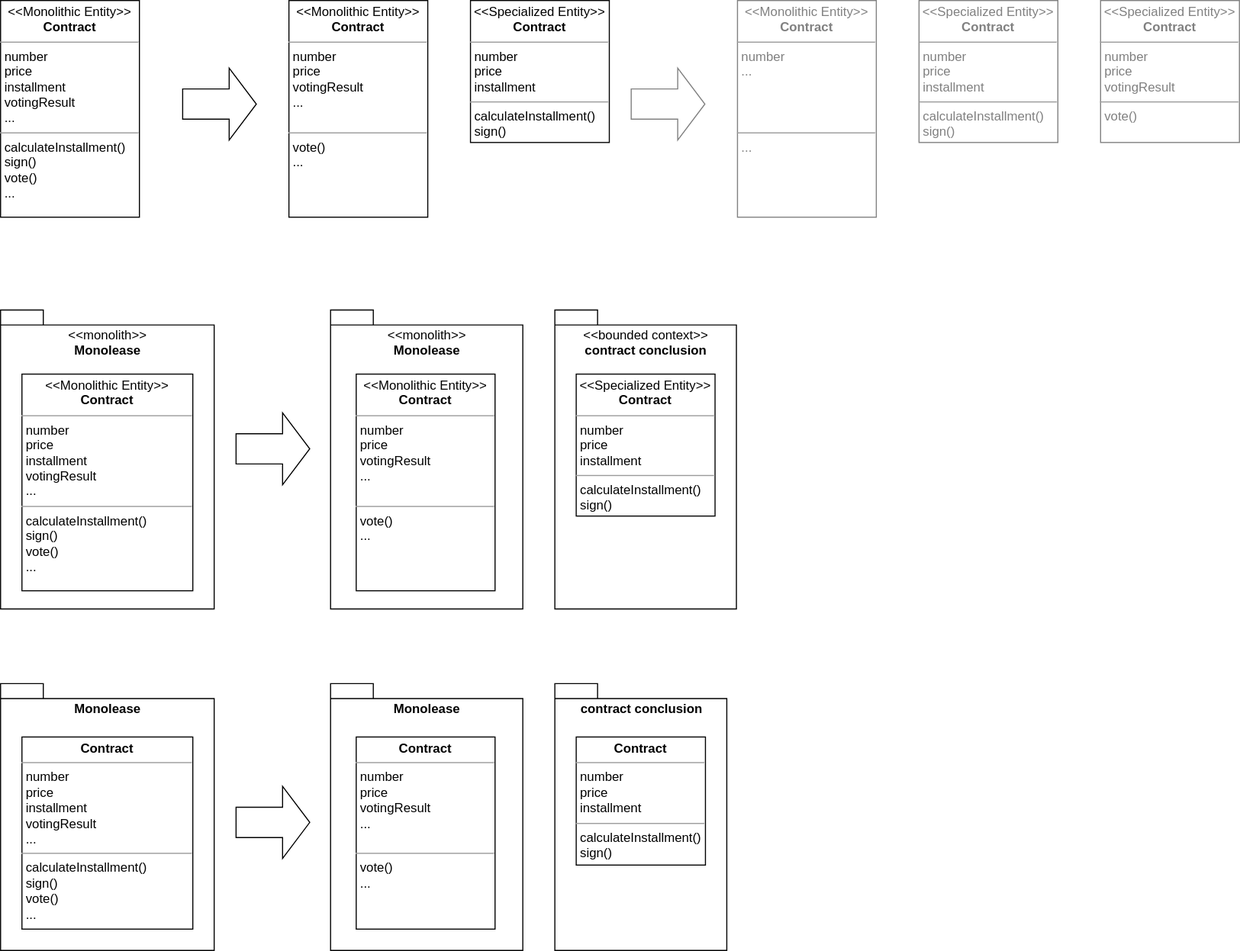
Above: images/domain-driven-refactorings/tactical-for-strategic/extract-specialized-entity-2.drawio.svg in hschwentner/hschwentner.io (draw.io), before the change. Source tidied: cells renumbered, new cells last; positions are measured from the earlier drawing's top-left corner, leaving out a move shared by most shapes.
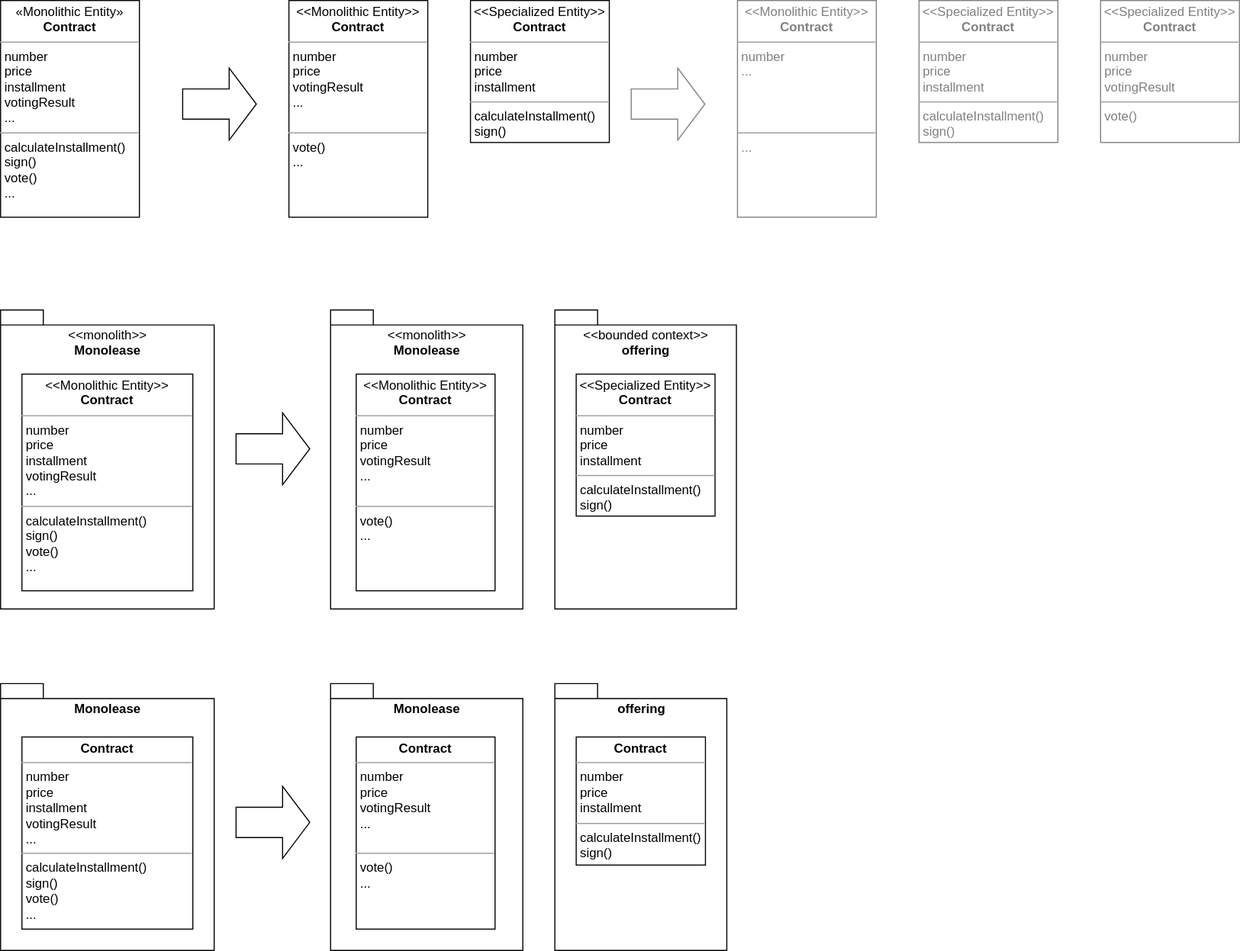
After the commit.

Commit message:
Change bounded context name from "contract conclusion" to "offering"

What changed in the source:
```diff
@@ -2,7 +2,7 @@
   <root>
     <mxCell id="0" />
     <mxCell id="1" parent="0" />
-    <mxCell id="2" value="&lt;p style=&quot;margin: 0px ; margin-top: 4px ; text-align: center&quot;&gt;&amp;lt;&amp;lt;Monolithic Entity&amp;gt;&amp;gt;&lt;br&gt;&lt;b&gt;Contract&lt;/b&gt;&lt;/p&gt;&lt;hr size=&quot;1&quot;&gt;&lt;p style=&quot;margin: 0px ; margin-left: 4px&quot;&gt;number&lt;/p&gt;&lt;p style=&quot;margin: 0px ; margin-left: 4px&quot;&gt;price&lt;/p&gt;&lt;p style=&quot;margin: 0px 0px 0px 4px&quot;&gt;installment&lt;/p&gt;&lt;p style=&quot;margin: 0px ; margin-left: 4px&quot;&gt;votingResult&lt;/p&gt;&lt;p style=&quot;margin: 0px ; margin-left: 4px&quot;&gt;&lt;span&gt;...&lt;/span&gt;&lt;br&gt;&lt;/p&gt;&lt;hr size=&quot;1&quot;&gt;&lt;p style=&quot;margin: 0px ; margin-left: 4px&quot;&gt;&lt;span&gt;calculateInstallment()&lt;/span&gt;&lt;br&gt;&lt;/p&gt;&lt;p style=&quot;margin: 0px ; margin-left: 4px&quot;&gt;sign()&lt;/p&gt;&lt;p style=&quot;margin: 0px ; margin-left: 4px&quot;&gt;vote()&lt;/p&gt;&lt;p style=&quot;margin: 0px ; margin-left: 4px&quot;&gt;...&lt;/p&gt;" style="verticalAlign=top;align=left;overflow=fill;fontSize=12;fontFamily=Helvetica;html=1;" parent="1" vertex="1">
+    <mxCell id="2" value="&lt;p style=&quot;margin: 0px ; margin-top: 4px ; text-align: center&quot;&gt;«Monolithic Entity»&lt;br&gt;&lt;b&gt;Contract&lt;/b&gt;&lt;/p&gt;&lt;hr size=&quot;1&quot;&gt;&lt;p style=&quot;margin: 0px ; margin-left: 4px&quot;&gt;number&lt;/p&gt;&lt;p style=&quot;margin: 0px ; margin-left: 4px&quot;&gt;price&lt;/p&gt;&lt;p style=&quot;margin: 0px 0px 0px 4px&quot;&gt;installment&lt;/p&gt;&lt;p style=&quot;margin: 0px ; margin-left: 4px&quot;&gt;votingResult&lt;/p&gt;&lt;p style=&quot;margin: 0px ; margin-left: 4px&quot;&gt;&lt;span&gt;...&lt;/span&gt;&lt;br&gt;&lt;/p&gt;&lt;hr size=&quot;1&quot;&gt;&lt;p style=&quot;margin: 0px ; margin-left: 4px&quot;&gt;&lt;span&gt;calculateInstallment()&lt;/span&gt;&lt;br&gt;&lt;/p&gt;&lt;p style=&quot;margin: 0px ; margin-left: 4px&quot;&gt;sign()&lt;/p&gt;&lt;p style=&quot;margin: 0px ; margin-left: 4px&quot;&gt;vote()&lt;/p&gt;&lt;p style=&quot;margin: 0px ; margin-left: 4px&quot;&gt;...&lt;/p&gt;" style="verticalAlign=top;align=left;overflow=fill;fontSize=12;fontFamily=Helvetica;html=1;" parent="1" vertex="1">
       <mxGeometry width="130" height="203" as="geometry" />
     </mxCell>
     <mxCell id="3" style="shape=flexArrow;endArrow=classic;html=1;rounded=0;endWidth=38.14814814814815;endSize=8.15;width=28.333333333333332;" parent="1" edge="1">
@@ -41,7 +41,7 @@
     <mxCell id="12" value="&lt;span style=&quot;font-weight: normal&quot;&gt;&amp;lt;&amp;lt;monolith&amp;gt;&amp;gt;&lt;br&gt;&lt;/span&gt;Monolease" style="shape=folder;fontStyle=1;spacingTop=10;tabWidth=40;tabHeight=14;tabPosition=left;html=1;verticalAlign=top;" parent="1" vertex="1">
       <mxGeometry x="309" y="290" width="180" height="280" as="geometry" />
     </mxCell>
-    <mxCell id="13" value="&lt;span style=&quot;font-weight: normal&quot;&gt;&amp;lt;&amp;lt;bounded context&amp;gt;&amp;gt;&lt;br&gt;&lt;/span&gt;contract conclusion" style="shape=folder;fontStyle=1;spacingTop=10;tabWidth=40;tabHeight=14;tabPosition=left;html=1;verticalAlign=top;" parent="1" vertex="1">
+    <mxCell id="13" value="&lt;span style=&quot;font-weight: normal&quot;&gt;&amp;lt;&amp;lt;bounded context&amp;gt;&amp;gt;&lt;br&gt;&lt;/span&gt;offering" style="shape=folder;fontStyle=1;spacingTop=10;tabWidth=40;tabHeight=14;tabPosition=left;html=1;verticalAlign=top;" parent="1" vertex="1">
       <mxGeometry x="519" y="290" width="170" height="280" as="geometry" />
     </mxCell>
     <mxCell id="14" value="&lt;p style=&quot;margin: 0px ; margin-top: 4px ; text-align: center&quot;&gt;&amp;lt;&amp;lt;Monolithic Entity&amp;gt;&amp;gt;&lt;br&gt;&lt;b&gt;Contract&lt;/b&gt;&lt;/p&gt;&lt;hr size=&quot;1&quot;&gt;&lt;p style=&quot;margin: 0px ; margin-left: 4px&quot;&gt;number&lt;/p&gt;&lt;p style=&quot;margin: 0px ; margin-left: 4px&quot;&gt;price&lt;/p&gt;&lt;p style=&quot;margin: 0px ; margin-left: 4px&quot;&gt;votingResult&lt;/p&gt;&lt;p style=&quot;margin: 0px ; margin-left: 4px&quot;&gt;...&lt;/p&gt;&lt;p style=&quot;margin: 0px ; margin-left: 4px&quot;&gt;&lt;br&gt;&lt;/p&gt;&lt;hr size=&quot;1&quot;&gt;&lt;p style=&quot;margin: 0px ; margin-left: 4px&quot;&gt;&lt;span&gt;vote()&lt;/span&gt;&lt;br&gt;&lt;/p&gt;&lt;p style=&quot;margin: 0px ; margin-left: 4px&quot;&gt;...&lt;/p&gt;" style="verticalAlign=top;align=left;overflow=fill;fontSize=12;fontFamily=Helvetica;html=1;" parent="1" vertex="1">
@@ -65,7 +65,7 @@
     <mxCell id="19" value="Monolease" style="shape=folder;fontStyle=1;spacingTop=10;tabWidth=40;tabHeight=14;tabPosition=left;html=1;verticalAlign=top;" parent="1" vertex="1">
       <mxGeometry x="309" y="640" width="180" height="250" as="geometry" />
     </mxCell>
-    <mxCell id="20" value="contract conclusion" style="shape=folder;fontStyle=1;spacingTop=10;tabWidth=40;tabHeight=14;tabPosition=left;html=1;verticalAlign=top;" parent="1" vertex="1">
+    <mxCell id="20" value="offering" style="shape=folder;fontStyle=1;spacingTop=10;tabWidth=40;tabHeight=14;tabPosition=left;html=1;verticalAlign=top;" parent="1" vertex="1">
       <mxGeometry x="519" y="640" width="161" height="250" as="geometry" />
     </mxCell>
     <mxCell id="21" value="&lt;p style=&quot;margin: 0px ; margin-top: 4px ; text-align: center&quot;&gt;&lt;b&gt;Contract&lt;/b&gt;&lt;/p&gt;&lt;hr size=&quot;1&quot;&gt;&lt;p style=&quot;margin: 0px ; margin-left: 4px&quot;&gt;number&lt;/p&gt;&lt;p style=&quot;margin: 0px ; margin-left: 4px&quot;&gt;price&lt;/p&gt;&lt;p style=&quot;margin: 0px ; margin-left: 4px&quot;&gt;votingResult&lt;/p&gt;&lt;p style=&quot;margin: 0px ; margin-left: 4px&quot;&gt;...&lt;/p&gt;&lt;p style=&quot;margin: 0px ; margin-left: 4px&quot;&gt;&lt;br&gt;&lt;/p&gt;&lt;hr size=&quot;1&quot;&gt;&lt;p style=&quot;margin: 0px ; margin-left: 4px&quot;&gt;&lt;span&gt;vote()&lt;/span&gt;&lt;br&gt;&lt;/p&gt;&lt;p style=&quot;margin: 0px ; margin-left: 4px&quot;&gt;...&lt;/p&gt;" style="verticalAlign=top;align=left;overflow=fill;fontSize=12;fontFamily=Helvetica;html=1;" parent="1" vertex="1">
```
